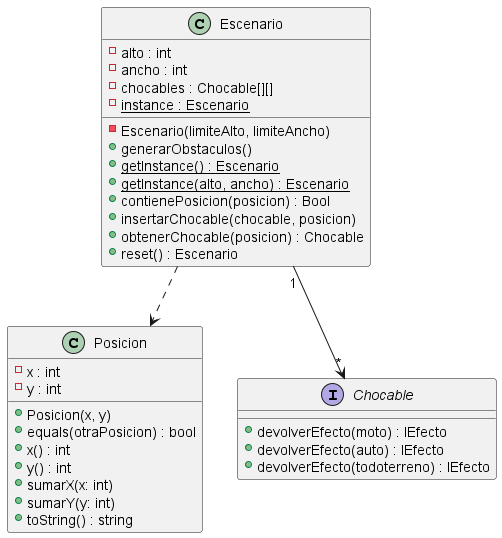
Above: diagrams/classes/diagrama_escenario.png in NestorPala/T17-GPSChallenge (PlantUML), before the change. Its source is kept beside it as diagrams/classes/diagrama_escenario.puml. Source of this version:
```plantuml
@startuml

class Escenario {
    - alto : int
    - ancho : int
    - chocables : Chocable[][]
    - {static} instance : Escenario
    - Escenario(limiteAlto, limiteAncho)
    + generarObstaculos()
    + {static} getInstance() : Escenario
    + {static} getInstance(alto, ancho) : Escenario
    + contienePosicion(posicion) : Bool
    + insertarChocable(chocable, posicion)
    + obtenerChocable(posicion) : Chocable
    + reset() : Escenario
}

class Posicion {
    - x : int
    - y : int
    + Posicion(x, y)
    + equals(otraPosicion) : bool
    + x() : int
    + y() : int
    + sumarX(x: int)
    + sumarY(y: int)
    + toString() : string
}

interface Chocable {
    + devolverEfecto(moto) : IEfecto
    + devolverEfecto(auto) : IEfecto
    + devolverEfecto(todoterreno) : IEfecto
}

Escenario ..> Posicion
Escenario "1" --> "*" Chocable

@enduml
```
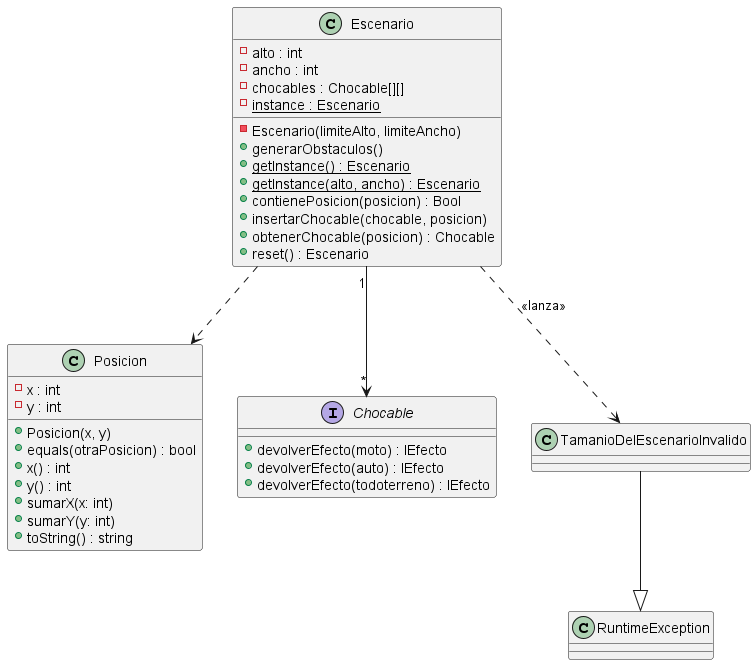
After the commit.

Commit message:
Agrego excepción al diagrama del escenario

What changed in the source:
```diff
@@ -33,7 +33,15 @@
     + devolverEfecto(todoterreno) : IEfecto
 }
 
+class TamanioDelEscenarioInvalido {
+}
+
+class RuntimeException {
+}
+
 Escenario ..> Posicion
 Escenario "1" --> "*" Chocable
+Escenario ..> TamanioDelEscenarioInvalido : <<lanza>>
+TamanioDelEscenarioInvalido --|> RuntimeException
 
 @enduml
```
